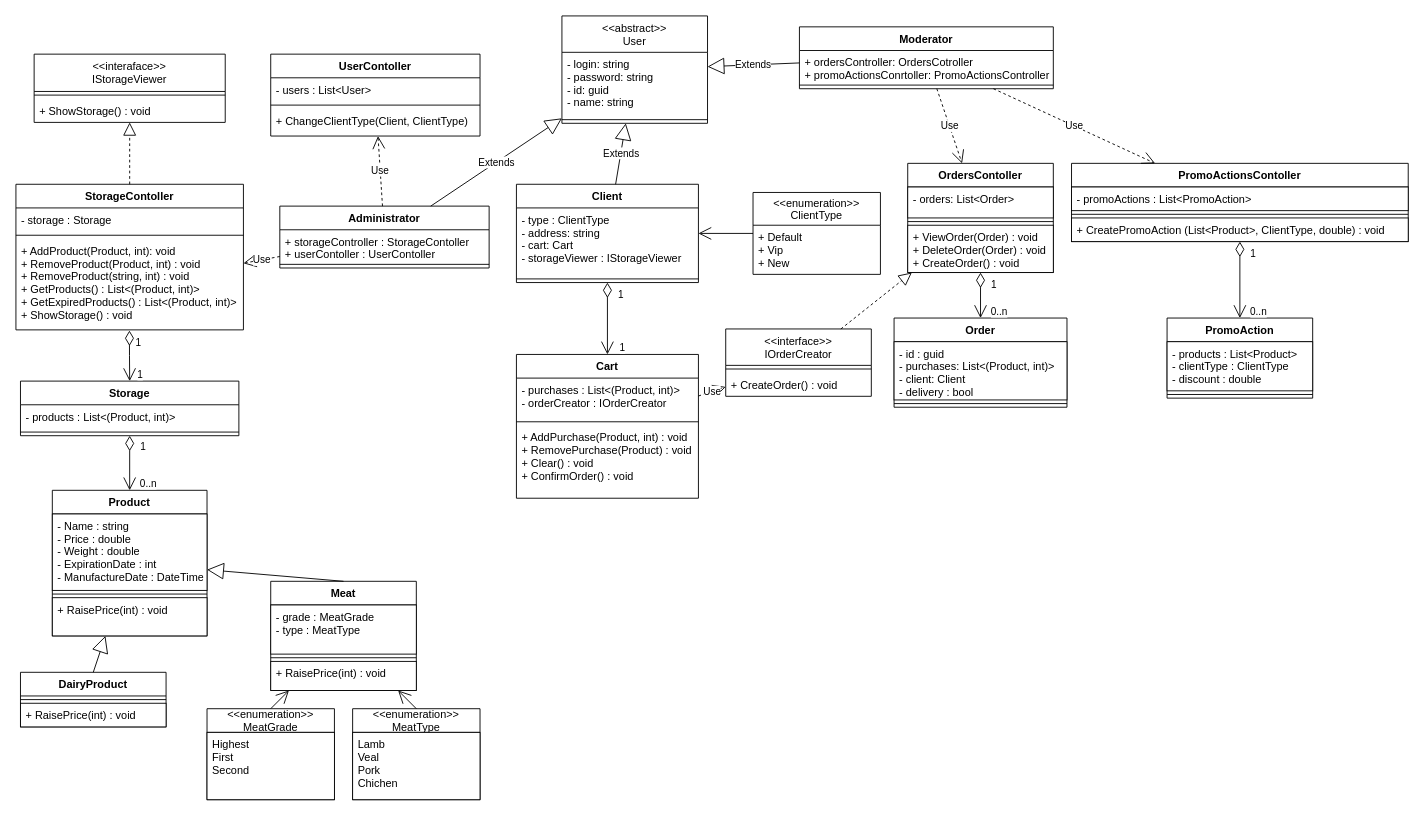
Above: Shop.drawio in Roman-Sykhyi/Software-Development-School-Task-10 (draw.io), before the change. Source tidied: cells renumbered, new cells numbered last; positions are measured from the earlier drawing's top-left corner, leaving out a move shared by most shapes. Both pictures are drawn from the tidied source at 91%, with x=0, y=0 at pixel (15, 15).
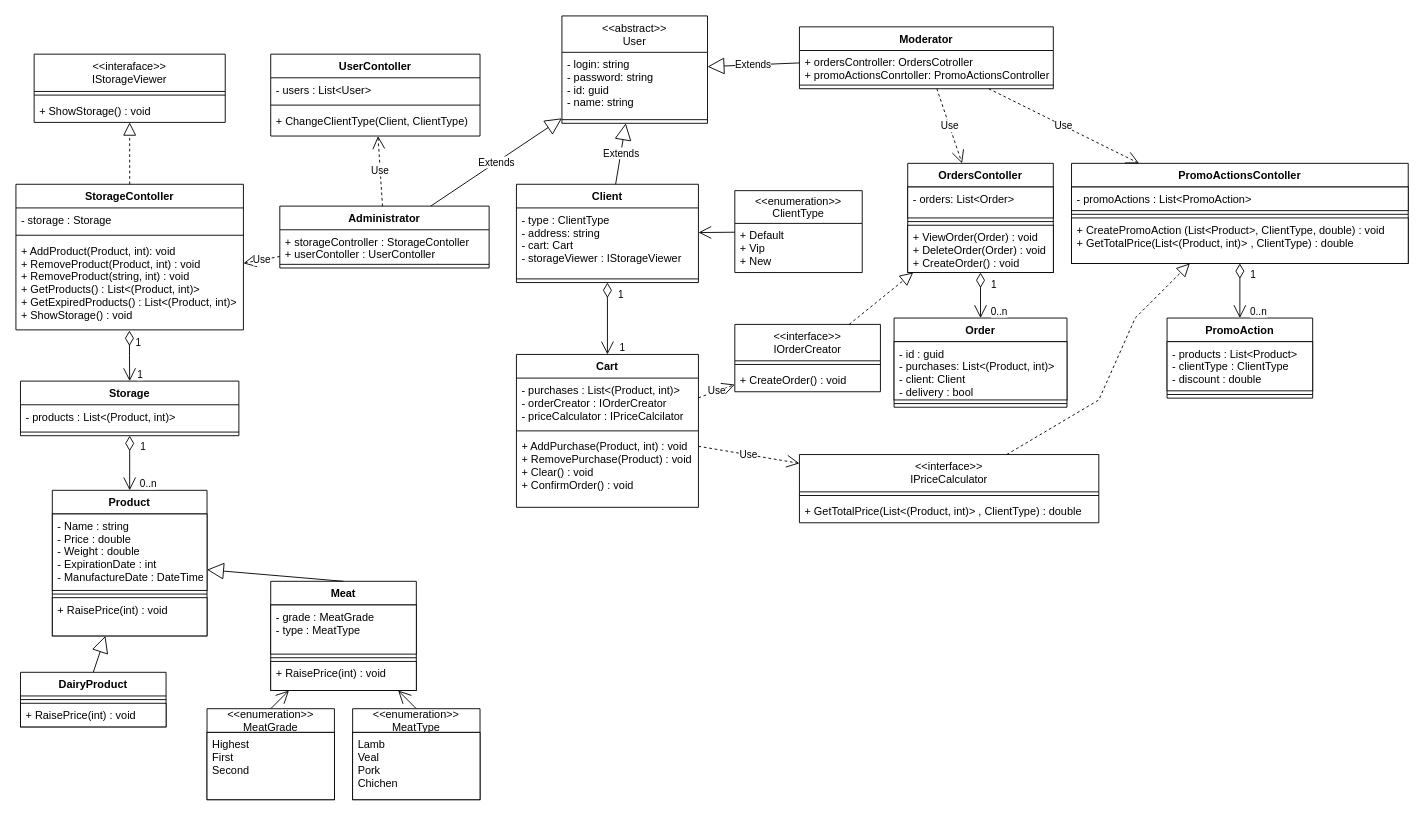
The same page after the edit.

What changed in the source:
```diff
@@
     <mxCell id="19" value="Cart" style="swimlane;fontStyle=1;align=center;verticalAlign=top;horizontal=1;startSize=26;fillColor=default;strokeColor=default;fontColor=default;" parent="1" vertex="1">
-      <mxGeometry x="550" y="372" width="200" height="158" as="geometry" />
+      <mxGeometry x="550" y="372" width="200" height="168" as="geometry" />
     </mxCell>
-    <mxCell id="20" value="- purchases : List&lt;(Product, int)&gt;&#10;- orderCreator : IOrderCreator" style="text;strokeColor=none;fillColor=none;align=left;verticalAlign=top;spacingLeft=4;spacingRight=4;overflow=hidden;fontColor=default;" parent="19" vertex="1">
-      <mxGeometry y="26" width="200" height="44" as="geometry" />
+    <mxCell id="20" value="- purchases : List&lt;(Product, int)&gt;&#10;- orderCreator : IOrderCreator&#10;- priceCalculator : IPriceCalcilator" style="text;strokeColor=none;fillColor=none;align=left;verticalAlign=top;spacingLeft=4;spacingRight=4;overflow=hidden;fontColor=default;" parent="19" vertex="1">
+      <mxGeometry y="26" width="200" height="54" as="geometry" />
     </mxCell>
     <mxCell id="21" style="line;strokeWidth=1;fillColor=none;align=left;verticalAlign=middle;spacingTop=-1;spacingLeft=3;spacingRight=3;labelPosition=right;" parent="19" vertex="1">
-      <mxGeometry y="70" width="200" height="8" as="geometry" />
+      <mxGeometry y="80" width="200" height="8" as="geometry" />
     </mxCell>
     <mxCell id="22" value="+ AddPurchase(Product, int) : void&#10;+ RemovePurchase(Product) : void&#10;+ Clear() : void&#10;+ ConfirmOrder() : void" style="text;strokeColor=none;fillColor=none;align=left;verticalAlign=top;spacingLeft=4;spacingRight=4;overflow=hidden;fontColor=default;" parent="19" vertex="1">
-      <mxGeometry y="78" width="200" height="80" as="geometry" />
+      <mxGeometry y="88" width="200" height="80" as="geometry" />
     </mxCell>
@@
     <mxCell id="26" value="&lt;&lt;enumeration&gt;&gt;&#10;ClientType" style="swimlane;fontStyle=0;horizontal=1;startSize=36;fillColor=none;strokeColor=default;fontColor=default;" parent="1" vertex="1">
-      <mxGeometry x="810" y="194" width="140" height="90" as="geometry" />
+      <mxGeometry x="790" y="192" width="140" height="90" as="geometry" />
     </mxCell>
@@
     <mxCell id="38" value="PromoActionsContoller" style="swimlane;fontStyle=1;align=center;verticalAlign=top;horizontal=1;startSize=26;fontColor=default;strokeColor=default;fillColor=default;" parent="1" vertex="1">
-      <mxGeometry x="1160" y="162" width="370" height="86" as="geometry" />
+      <mxGeometry x="1160" y="162" width="370" height="110" as="geometry" />
     </mxCell>
@@
-    <mxCell id="41" value="+ CreatePromoAction (List&lt;Product&gt;, ClientType, double) : void " style="text;strokeColor=default;fillColor=default;align=left;verticalAlign=top;spacingLeft=4;spacingRight=4;overflow=hidden;fontColor=default;" parent="38" vertex="1">
-      <mxGeometry y="60" width="370" height="26" as="geometry" />
+    <mxCell id="41" value="+ CreatePromoAction (List&lt;Product&gt;, ClientType, double) : void&#10;+ GetTotalPrice(List&lt;(Product, int)&gt; , ClientType) : double " style="text;strokeColor=default;fillColor=default;align=left;verticalAlign=top;spacingLeft=4;spacingRight=4;overflow=hidden;fontColor=default;" parent="38" vertex="1">
+      <mxGeometry y="60" width="370" height="50" as="geometry" />
     </mxCell>
@@
     <mxCell id="91" value="&lt;&lt;interface&gt;&gt;&#10;IOrderCreator" style="swimlane;fontStyle=0;align=center;verticalAlign=top;horizontal=1;startSize=40;labelBackgroundColor=default;fontColor=default;strokeColor=default;fillColor=default;" parent="1" vertex="1">
-      <mxGeometry x="780" y="344" width="160" height="74" as="geometry" />
+      <mxGeometry x="790" y="339" width="160" height="74" as="geometry" />
     </mxCell>
@@
+    <mxCell id="96" value="Use" style="endArrow=open;endSize=12;dashed=1;html=1;rounded=0;labelBackgroundColor=default;fontColor=default;strokeColor=default;" parent="1" edge="1" source="19" target="97">
+      <mxGeometry relative="1" as="geometry" />
+    </mxCell>
+    <mxCell id="97" value="&lt;&lt;interface&gt;&gt;&#10;IPriceCalculator" style="swimlane;fontStyle=0;align=center;verticalAlign=top;horizontal=1;startSize=41;labelBackgroundColor=default;fontColor=default;strokeColor=default;fillColor=default;" parent="1" vertex="1">
+      <mxGeometry x="861" y="482" width="329" height="75" as="geometry" />
+    </mxCell>
+    <mxCell id="98" style="line;strokeWidth=1;fillColor=none;align=left;verticalAlign=middle;spacingTop=-1;spacingLeft=3;spacingRight=3;labelPosition=right;labelBackgroundColor=default;fontColor=default;" parent="97" vertex="1">
+      <mxGeometry y="41" width="329" height="8" as="geometry" />
+    </mxCell>
+    <mxCell id="99" value="+ GetTotalPrice(List&lt;(Product, int)&gt; , ClientType) : double" style="text;strokeColor=none;fillColor=none;align=left;verticalAlign=top;spacingLeft=4;spacingRight=4;overflow=hidden;labelBackgroundColor=default;fontColor=default;" parent="97" vertex="1">
+      <mxGeometry y="49" width="329" height="26" as="geometry" />
+    </mxCell>
+    <mxCell id="100" style="endArrow=block;dashed=1;endFill=0;endSize=12;html=1;rounded=0;labelBackgroundColor=default;fontColor=default;strokeColor=default;" parent="1" edge="1" source="97" target="38">
+      <mxGeometry relative="1" as="geometry">
+        <Array as="points">
+          <mxPoint x="1190" y="422" />
+          <mxPoint x="1230" y="332" />
+        </Array>
+      </mxGeometry>
+    </mxCell>
```
